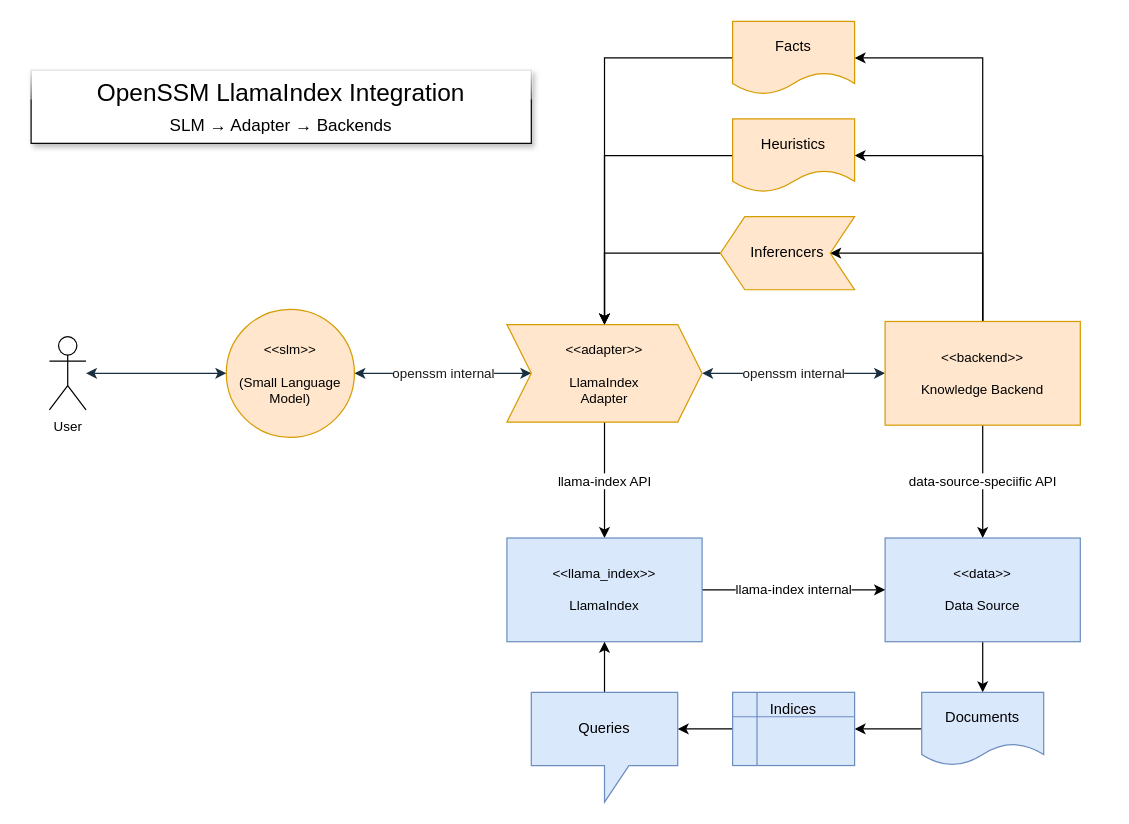
Above: page "llama-index-integration" (8 of 8) of docs/diagrams/ssm.drawio in aitomatic/openssa (draw.io), before the change. Source tidied: cells renumbered, new cells numbered last; positions are measured from the earlier drawing's top-left corner, leaving out a move shared by most shapes. Both pictures are drawn from the tidied source at 122%, with x=0, y=0 at pixel (30, 21).
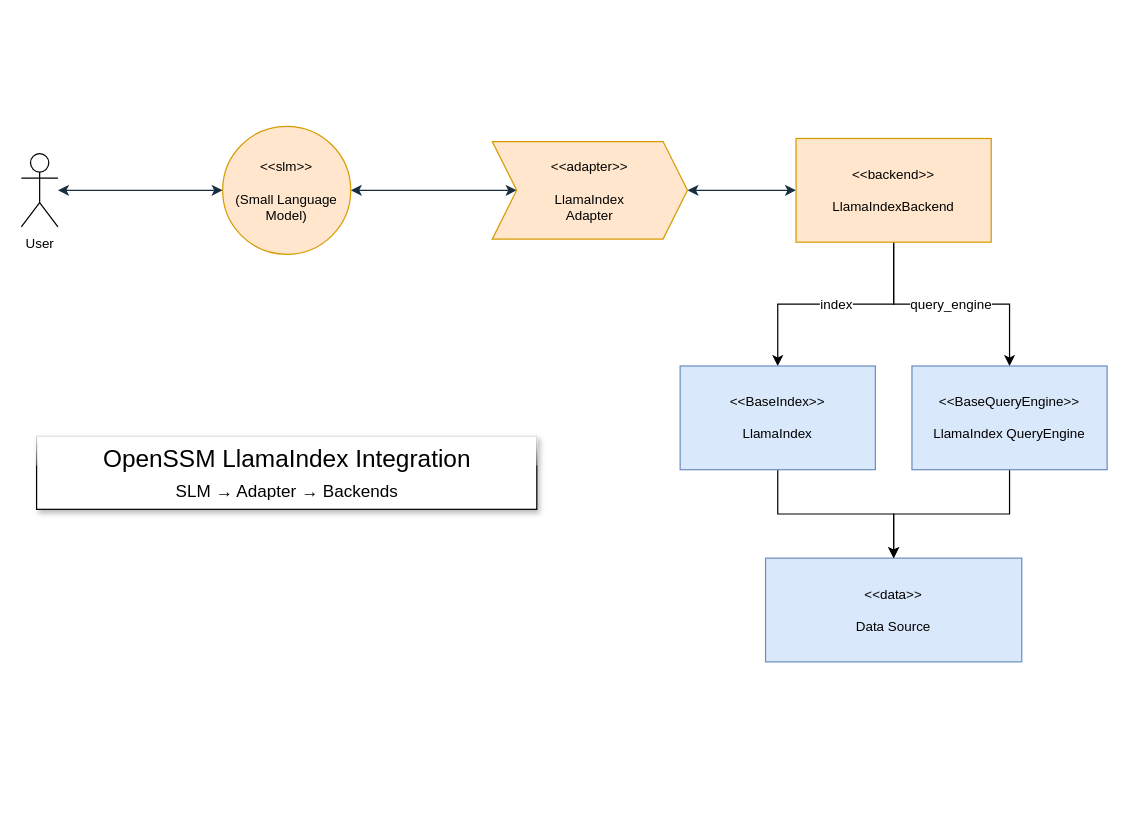
The same page after the edit.

Change to the diagram source:
```diff
@@
-    <mxCell id="2" value="openssm internal" style="edgeStyle=none;shape=connector;rounded=1;jettySize=auto;html=1;entryX=0;entryY=0.5;entryDx=0;entryDy=0;labelBackgroundColor=default;strokeColor=#182E3E;fontFamily=Helvetica;fontSize=11;fontColor=#1A1A1A;startArrow=classic;startFill=1;endArrow=classic;" parent="1" edge="1" source="3" target="6">
+    <mxCell id="2" style="edgeStyle=none;shape=connector;rounded=1;jettySize=auto;html=1;entryX=0;entryY=0.5;entryDx=0;entryDy=0;labelBackgroundColor=default;strokeColor=#182E3E;fontFamily=Helvetica;fontSize=11;fontColor=#1A1A1A;startArrow=classic;startFill=1;endArrow=classic;" parent="1" edge="1" source="3" target="6">
       <mxGeometry relative="1" as="geometry" />
     </mxCell>
     <mxCell id="3" value="&amp;lt;&amp;lt;slm&amp;gt;&amp;gt;&lt;br&gt;&lt;br&gt;(Small Language Model)" style="ellipse;whiteSpace=wrap;html=1;strokeColor=#d79b00;fontFamily=Helvetica;fontSize=11;fillColor=#ffe6cc;" parent="1" vertex="1">
-      <mxGeometry x="160" y="236" width="105" height="105" as="geometry" />
+      <mxGeometry x="157" y="86" width="105" height="105" as="geometry" />
     </mxCell>
-    <mxCell id="4" value="openssm internal" style="edgeStyle=none;shape=connector;rounded=1;jettySize=auto;html=1;entryX=0;entryY=0.5;entryDx=0;entryDy=0;labelBackgroundColor=default;strokeColor=#182E3E;fontFamily=Helvetica;fontSize=11;fontColor=#1A1A1A;startArrow=classic;startFill=1;endArrow=classic;" parent="1" edge="1" source="6" target="11">
+    <mxCell id="4" style="edgeStyle=none;shape=connector;rounded=1;jettySize=auto;html=1;entryX=0;entryY=0.5;entryDx=0;entryDy=0;labelBackgroundColor=default;strokeColor=#182E3E;fontFamily=Helvetica;fontSize=11;fontColor=#1A1A1A;startArrow=classic;startFill=1;endArrow=classic;exitX=1;exitY=0.5;exitDx=0;exitDy=0;" parent="1" edge="1" source="6" target="11">
       <mxGeometry relative="1" as="geometry" />
     </mxCell>
-    <mxCell id="5" value="llama-index API" style="edgeStyle=orthogonalEdgeStyle;rounded=0;jettySize=auto;html=1;entryX=0.5;entryY=0;entryDx=0;entryDy=0;" parent="1" edge="1" source="6" target="18">
-      <mxGeometry relative="1" as="geometry" />
-    </mxCell>
     <mxCell id="6" value="&amp;lt;&amp;lt;adapter&amp;gt;&amp;gt;&lt;br&gt;&lt;br&gt;LlamaIndex&lt;br&gt;Adapter" style="shape=step;perimeter=stepPerimeter;whiteSpace=wrap;html=1;fixedSize=1;strokeColor=#d79b00;fontFamily=Helvetica;fontSize=11;fillColor=#ffe6cc;" parent="1" vertex="1">
-      <mxGeometry x="390" y="248.5" width="160" height="80" as="geometry" />
+      <mxGeometry x="378" y="98.5" width="160" height="80" as="geometry" />
     </mxCell>
-    <mxCell id="7" value="data-source-speciific API" style="edgeStyle=orthogonalEdgeStyle;rounded=0;jettySize=auto;html=1;entryX=0.5;entryY=0;entryDx=0;entryDy=0;" parent="1" edge="1" source="11" target="16">
-      <mxGeometry relative="1" as="geometry" />
-    </mxCell>
-    <mxCell id="8" style="rounded=0;jettySize=auto;html=1;entryX=0;entryY=0.5;entryDx=0;entryDy=0;edgeStyle=orthogonalEdgeStyle;" parent="1" edge="1" source="11" target="30">
-      <mxGeometry relative="1" as="geometry">
-        <Array as="points">
-          <mxPoint x="780" y="190" />
-        </Array>
-      </mxGeometry>
-    </mxCell>
-    <mxCell id="9" style="rounded=0;jettySize=auto;html=1;entryX=1;entryY=0.5;entryDx=0;entryDy=0;edgeStyle=orthogonalEdgeStyle;" parent="1" edge="1" source="11" target="28">
-      <mxGeometry relative="1" as="geometry">
-        <Array as="points">
-          <mxPoint x="780" y="110" />
-        </Array>
-      </mxGeometry>
-    </mxCell>
-    <mxCell id="10" style="edgeStyle=orthogonalEdgeStyle;rounded=0;jettySize=auto;html=1;entryX=1;entryY=0.5;entryDx=0;entryDy=0;" parent="1" edge="1" source="11" target="26">
-      <mxGeometry relative="1" as="geometry">
-        <Array as="points">
-          <mxPoint x="780" y="30" />
-        </Array>
-      </mxGeometry>
-    </mxCell>
+    <mxCell id="31" value="index" style="edgeStyle=orthogonalEdgeStyle;rounded=0;jettySize=auto;html=1;" parent="1" edge="1" source="11" target="18">
+      <mxGeometry relative="1" as="geometry" />
+    </mxCell>
+    <mxCell id="32" value="query_engine" style="edgeStyle=orthogonalEdgeStyle;rounded=0;jettySize=auto;html=1;" parent="1" edge="1" source="11" target="34">
+      <mxGeometry relative="1" as="geometry" />
+    </mxCell>
-    <mxCell id="11" value="&amp;lt;&amp;lt;backend&amp;gt;&amp;gt;&lt;br&gt;&lt;br&gt;Knowledge Backend" style="rounded=0;whiteSpace=wrap;html=1;strokeColor=#d79b00;fontFamily=Helvetica;fontSize=11;fillColor=#ffe6cc;" parent="1" vertex="1">
-      <mxGeometry x="700" y="246" width="160" height="85" as="geometry" />
+    <mxCell id="11" value="&amp;lt;&amp;lt;backend&amp;gt;&amp;gt;&lt;br&gt;&lt;br&gt;LlamaIndexBackend" style="rounded=0;whiteSpace=wrap;html=1;strokeColor=#d79b00;fontFamily=Helvetica;fontSize=11;fillColor=#ffe6cc;" parent="1" vertex="1">
+      <mxGeometry x="627" y="96" width="160" height="85" as="geometry" />
     </mxCell>
@@
     <mxCell id="13" value="User" style="shape=umlActor;verticalLabelPosition=bottom;verticalAlign=top;html=1;outlineConnect=0;fontFamily=Helvetica;fontSize=11;" parent="1" vertex="1">
-      <mxGeometry x="15" y="258.5" width="30" height="60" as="geometry" />
+      <mxGeometry x="-8" y="108.5" width="30" height="60" as="geometry" />
     </mxCell>
     <mxCell id="14" value="OpenSSM LlamaIndex Integration&lt;br&gt;&lt;font style=&quot;font-size: 14px;&quot;&gt;SLM → Adapter → Backends&lt;/font&gt;" style="rounded=0;whiteSpace=wrap;html=1;fontFamily=Helvetica;fontSize=20;shadow=1;glass=1;" parent="1" vertex="1">
-      <mxGeometry y="40" width="410" height="60" as="geometry" />
+      <mxGeometry x="4.5" y="340" width="410" height="60" as="geometry" />
     </mxCell>
-    <mxCell id="15" style="edgeStyle=orthogonalEdgeStyle;rounded=0;jettySize=auto;html=1;entryX=0.5;entryY=0;entryDx=0;entryDy=0;" parent="1" edge="1" source="16" target="20">
-      <mxGeometry relative="1" as="geometry" />
-    </mxCell>
     <mxCell id="16" value="&amp;lt;&amp;lt;data&amp;gt;&amp;gt;&lt;br&gt;&lt;br&gt;Data Source" style="rounded=0;whiteSpace=wrap;html=1;strokeColor=#6c8ebf;fontFamily=Helvetica;fontSize=11;fillColor=#dae8fc;" parent="1" vertex="1">
-      <mxGeometry x="700" y="423.5" width="160" height="85" as="geometry" />
+      <mxGeometry x="602" y="440" width="210" height="85" as="geometry" />
     </mxCell>
-    <mxCell id="17" value="llama-index internal" style="edgeStyle=orthogonalEdgeStyle;rounded=0;jettySize=auto;html=1;entryX=0;entryY=0.5;entryDx=0;entryDy=0;" parent="1" edge="1" source="18" target="16">
+    <mxCell id="17" style="edgeStyle=orthogonalEdgeStyle;rounded=0;jettySize=auto;html=1;" parent="1" edge="1" source="18" target="16">
       <mxGeometry relative="1" as="geometry" />
     </mxCell>
-    <mxCell id="18" value="&amp;lt;&amp;lt;llama_index&amp;gt;&amp;gt;&lt;br&gt;&lt;br&gt;LlamaIndex" style="rounded=0;whiteSpace=wrap;html=1;strokeColor=#6c8ebf;fontFamily=Helvetica;fontSize=11;fillColor=#dae8fc;" parent="1" vertex="1">
-      <mxGeometry x="390" y="423.5" width="160" height="85" as="geometry" />
+    <mxCell id="18" value="&amp;lt;&amp;lt;BaseIndex&amp;gt;&amp;gt;&lt;br&gt;&lt;br&gt;LlamaIndex" style="rounded=0;whiteSpace=wrap;html=1;strokeColor=#6c8ebf;fontFamily=Helvetica;fontSize=11;fillColor=#dae8fc;" parent="1" vertex="1">
+      <mxGeometry x="532" y="282.5" width="160" height="85" as="geometry" />
     </mxCell>
-    <mxCell id="19" style="edgeStyle=orthogonalEdgeStyle;rounded=0;jettySize=auto;html=1;exitX=0;exitY=0.5;exitDx=0;exitDy=0;entryX=1;entryY=0.5;entryDx=0;entryDy=0;" parent="1" edge="1" source="20" target="22">
-      <mxGeometry relative="1" as="geometry" />
-    </mxCell>
-    <mxCell id="20" value="Documents" style="shape=document;whiteSpace=wrap;html=1;boundedLbl=1;fillColor=#dae8fc;strokeColor=#6c8ebf;" parent="1" vertex="1">
-      <mxGeometry x="730" y="550" width="100" height="60" as="geometry" />
-    </mxCell>
-    <mxCell id="21" style="edgeStyle=orthogonalEdgeStyle;rounded=0;jettySize=auto;html=1;exitX=0;exitY=0.5;exitDx=0;exitDy=0;entryX=0;entryY=0;entryDx=120;entryDy=30;entryPerimeter=0;" parent="1" edge="1" source="22" target="24">
-      <mxGeometry relative="1" as="geometry" />
-    </mxCell>
-    <mxCell id="22" value="Indices" style="shape=internalStorage;whiteSpace=wrap;html=1;backgroundOutline=1;align=center;verticalAlign=top;fillColor=#dae8fc;strokeColor=#6c8ebf;" parent="1" vertex="1">
-      <mxGeometry x="575" y="550" width="100" height="60" as="geometry" />
-    </mxCell>
-    <mxCell id="23" style="edgeStyle=orthogonalEdgeStyle;rounded=0;jettySize=auto;html=1;entryX=0.5;entryY=1;entryDx=0;entryDy=0;" parent="1" edge="1" source="24" target="18">
-      <mxGeometry relative="1" as="geometry" />
-    </mxCell>
-    <mxCell id="24" value="Queries" style="shape=callout;whiteSpace=wrap;html=1;perimeter=calloutPerimeter;fillColor=#dae8fc;strokeColor=#6c8ebf;" parent="1" vertex="1">
-      <mxGeometry x="410" y="550" width="120" height="90" as="geometry" />
-    </mxCell>
-    <mxCell id="25" style="edgeStyle=orthogonalEdgeStyle;rounded=0;jettySize=auto;html=1;entryX=0.5;entryY=0;entryDx=0;entryDy=0;" parent="1" edge="1" source="26" target="6">
-      <mxGeometry relative="1" as="geometry" />
-    </mxCell>
-    <mxCell id="26" value="Facts" style="shape=document;whiteSpace=wrap;html=1;boundedLbl=1;fillColor=#ffe6cc;strokeColor=#d79b00;" parent="1" vertex="1">
-      <mxGeometry x="575" width="100" height="60" as="geometry" />
-    </mxCell>
-    <mxCell id="27" style="edgeStyle=orthogonalEdgeStyle;rounded=0;jettySize=auto;html=1;entryX=0.5;entryY=0;entryDx=0;entryDy=0;" parent="1" edge="1" source="28" target="6">
-      <mxGeometry relative="1" as="geometry" />
-    </mxCell>
-    <mxCell id="28" value="Heuristics" style="shape=document;whiteSpace=wrap;html=1;boundedLbl=1;fillColor=#ffe6cc;strokeColor=#d79b00;" parent="1" vertex="1">
-      <mxGeometry x="575" y="80" width="100" height="60" as="geometry" />
-    </mxCell>
-    <mxCell id="29" style="edgeStyle=orthogonalEdgeStyle;rounded=0;jettySize=auto;html=1;entryX=0.5;entryY=0;entryDx=0;entryDy=0;" parent="1" edge="1" source="30" target="6">
-      <mxGeometry relative="1" as="geometry" />
-    </mxCell>
-    <mxCell id="30" value="Inferencers" style="shape=step;perimeter=stepPerimeter;whiteSpace=wrap;html=1;fixedSize=1;fillColor=#ffe6cc;strokeColor=#d79b00;direction=west;" parent="1" vertex="1">
-      <mxGeometry x="565" y="160" width="110" height="60" as="geometry" />
-    </mxCell>
+    <mxCell id="33" style="edgeStyle=orthogonalEdgeStyle;rounded=0;jettySize=auto;html=1;entryX=0.5;entryY=0;entryDx=0;entryDy=0;" parent="1" edge="1" source="34" target="16">
+      <mxGeometry relative="1" as="geometry" />
+    </mxCell>
+    <mxCell id="34" value="&amp;lt;&amp;lt;BaseQueryEngine&amp;gt;&amp;gt;&lt;br&gt;&lt;br&gt;LlamaIndex QueryEngine" style="rounded=0;whiteSpace=wrap;html=1;strokeColor=#6c8ebf;fontFamily=Helvetica;fontSize=11;fillColor=#dae8fc;" parent="1" vertex="1">
+      <mxGeometry x="722" y="282.5" width="160" height="85" as="geometry" />
+    </mxCell>
```
